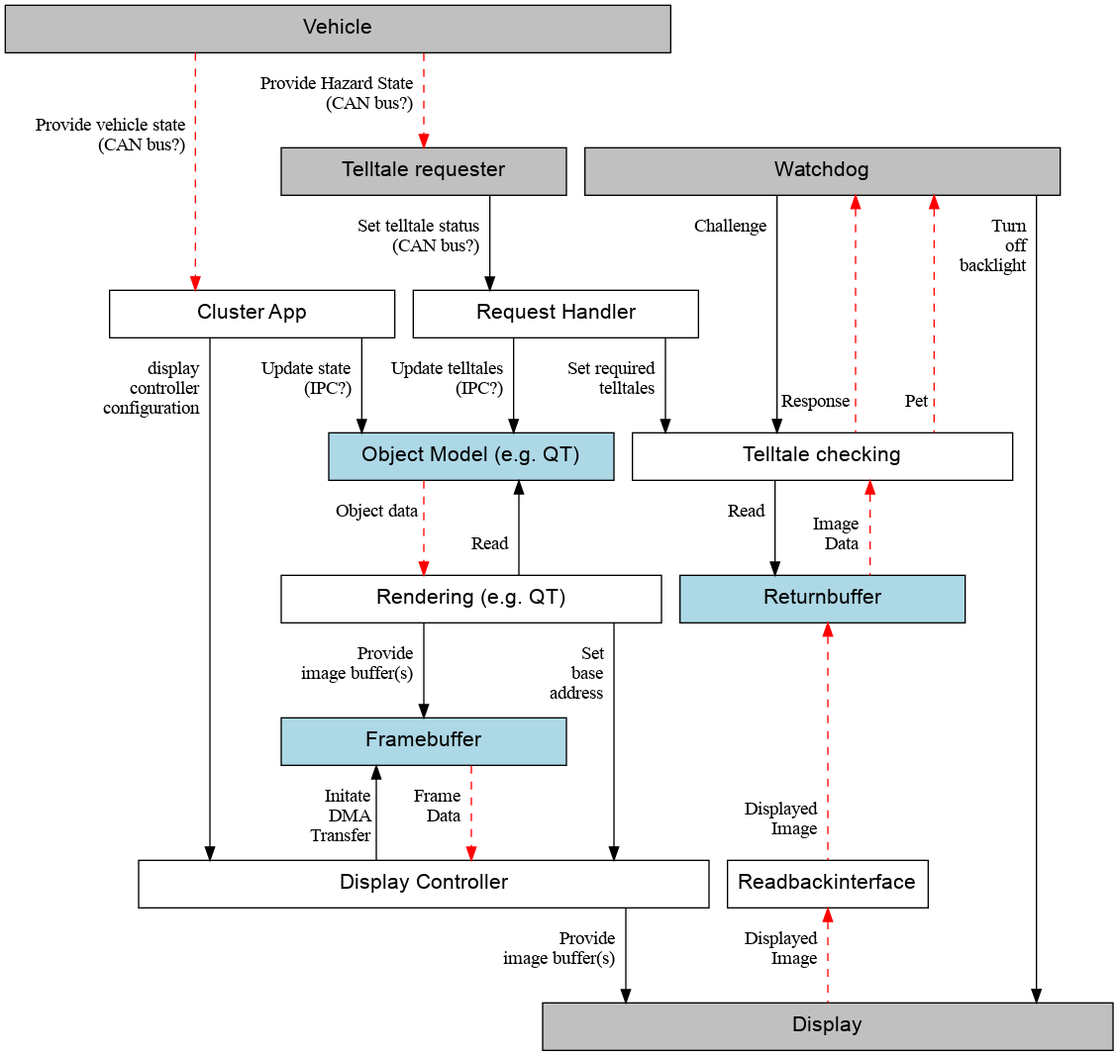
Before: Cluster_Display_Use_Case_v2/stpa/cluster-control-structure.dot.png, a diagram exported from Graphviz (elisa-tech/wg-automotive). Its source is kept beside it as Cluster_Display_Use_Case_v2/stpa/cluster-control-structure.dot.
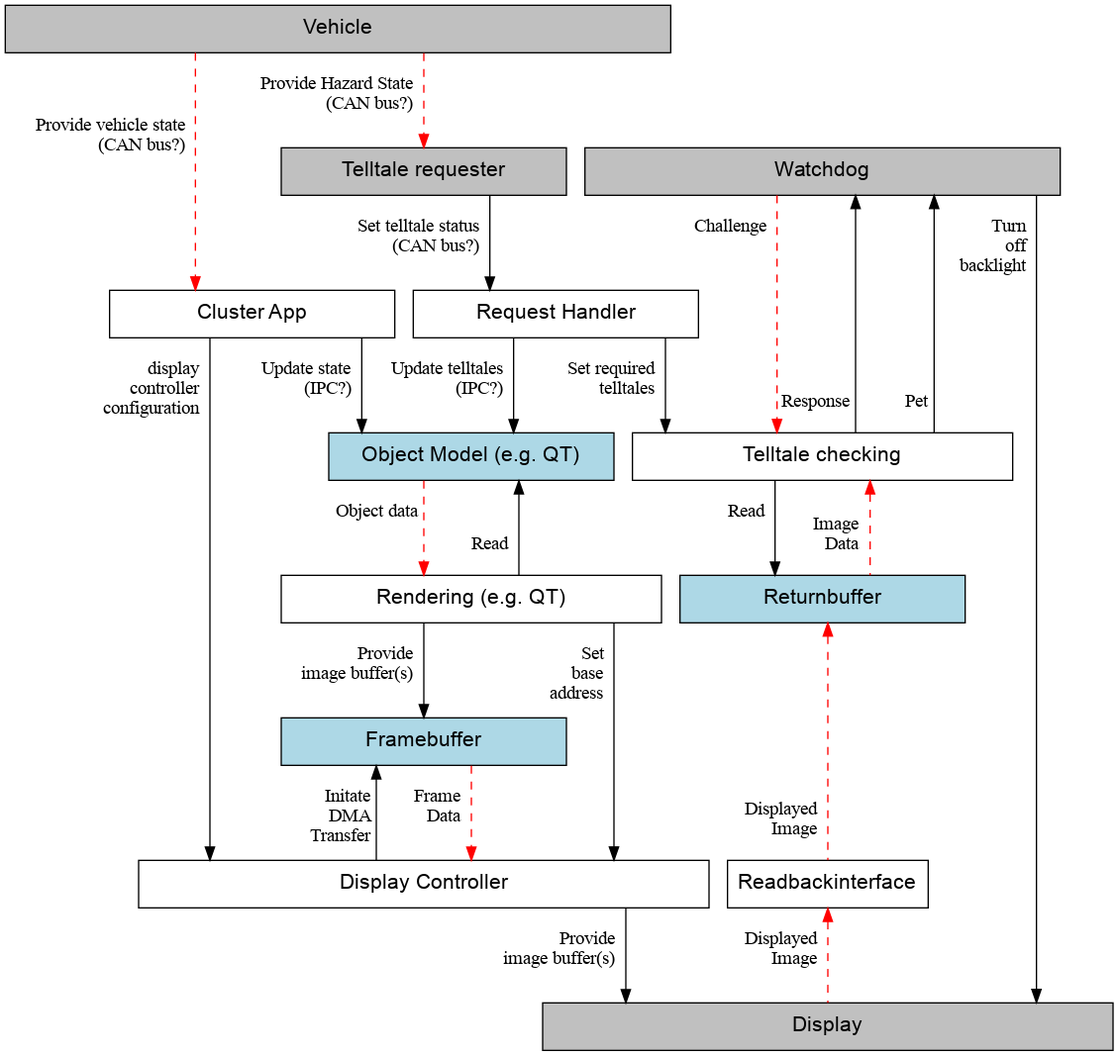
The same file after the commit.

Change to the diagram source:
```diff
@@ -30,9 +30,9 @@
 render -> framebuffer [taillabel="\rProvide  \rimage buffer(s)  \r"]
 readbackinterface -> display [dir=back taillabel="\rDisplayed  \rImage  \r" style=dashed color=red]
 
-watchdog -> check [taillabel="\rChallenge  \r"]
-watchdog -> check [dir=back headlabel="\rResponse \r\r" style=dashed color=red]
-watchdog -> check [dir=back headlabel="\rPet \r\r" style=dashed color=red]
+watchdog -> check [taillabel="\rChallenge  \r" style=dashed color=red]
+watchdog -> check [dir=back headlabel="\rResponse \r\r"]
+watchdog -> check [dir=back headlabel="\rPet \r\r"]
 watchdog -> display [taillabel="\rTurn  \roff  \rbacklight  \r"]
 framebuffer -> dControl [dir=back taillabel="\r Initate \rDMA \r Transfer \r"]
 framebuffer -> dControl [taillabel="\r Frame  \r  Data  \r" style=dashed color=red]
```
